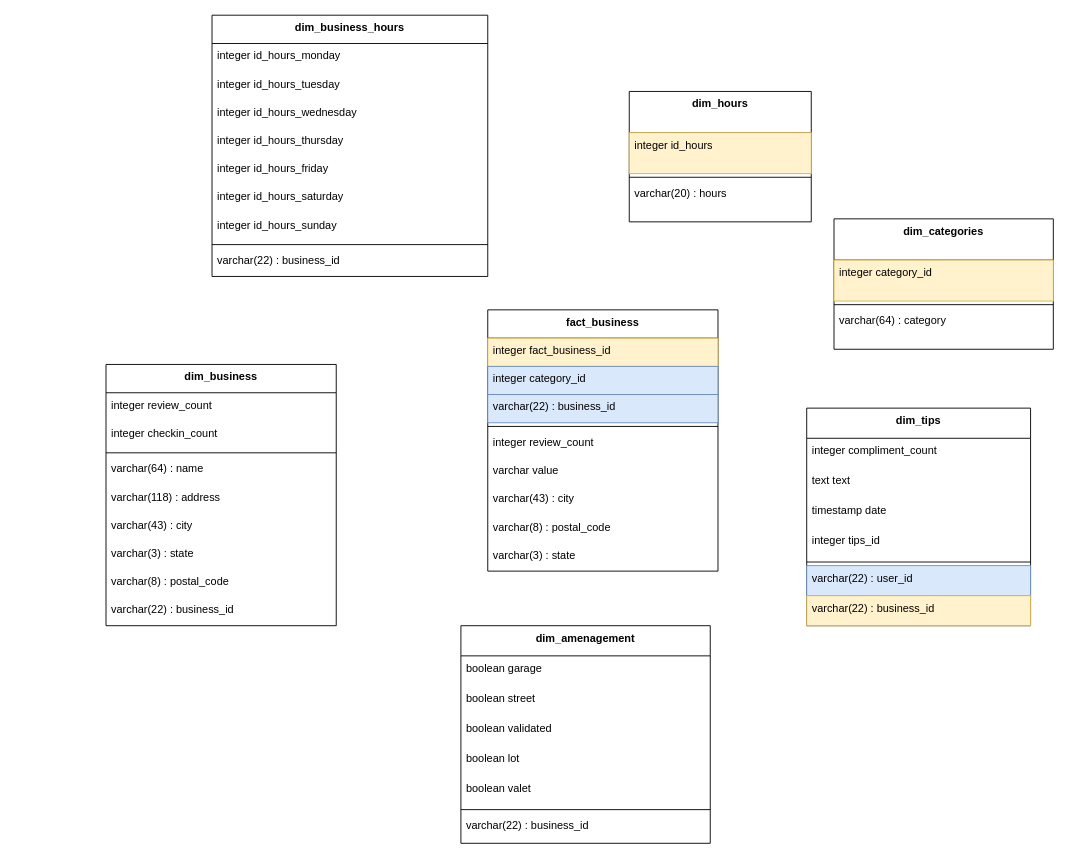
Before: diagramme/Kimball.drawio in Maxime-Cllt/Argon, a draw.io diagram. Source tidied: cells renumbered, new cells numbered last; positions are measured from the earlier drawing's top-left corner, leaving out a move shared by most shapes. Both pictures are drawn from the tidied source at 91%, with x=0, y=0 at pixel (106, 15).
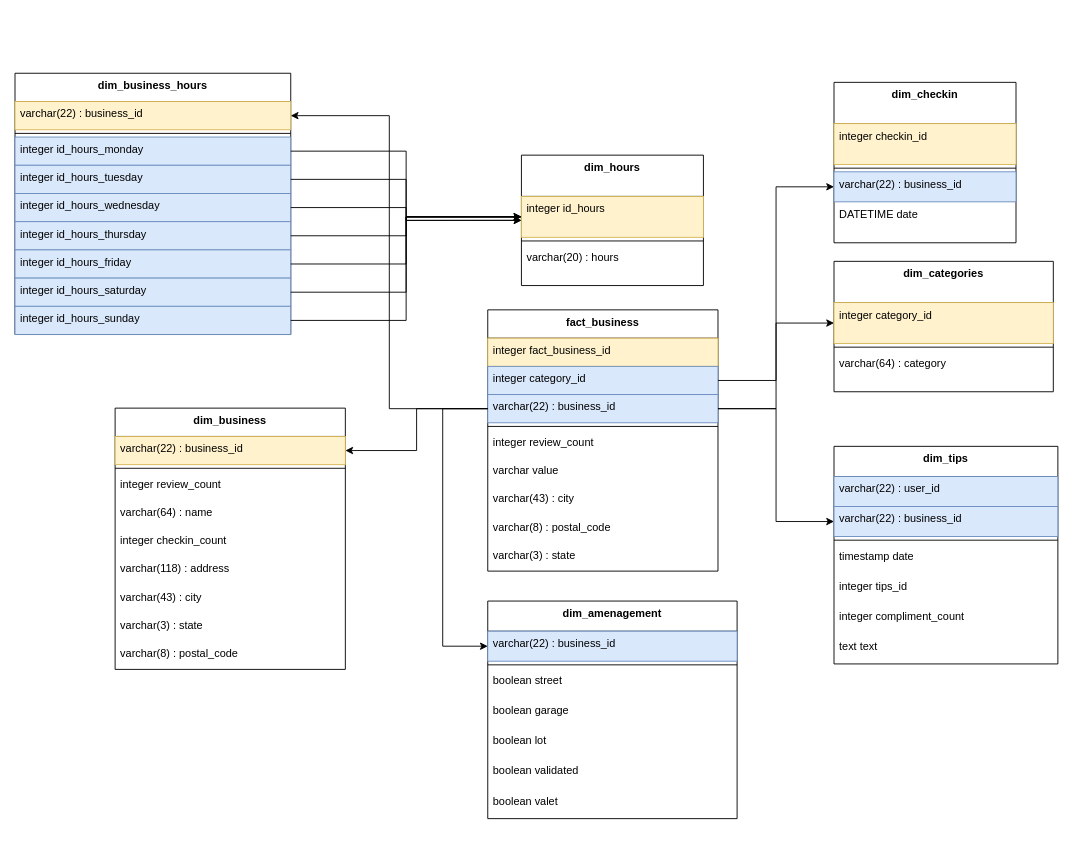
After the change.

Unchanged cells that the change refers to:
```xml
<mxCell id="31" value="integer category_id" style="text;strokeColor=#d6b656;fillColor=#fff2cc;align=left;verticalAlign=top;spacingLeft=4;spacingRight=4;overflow=hidden;points=[[0,0.5],[1,0.5]];portConstraint=eastwest;" parent="30" vertex="1">
  <mxGeometry y="45.3" width="241" height="45" as="geometry" />
</mxCell>
<mxCell id="35" value="integer id_hours" style="text;strokeColor=#d6b656;fillColor=#fff2cc;align=left;verticalAlign=top;spacingLeft=4;spacingRight=4;overflow=hidden;points=[[0,0.5],[1,0.5]];portConstraint=eastwest;" parent="34" vertex="1">
  <mxGeometry y="45.3" width="200" height="45" as="geometry" />
</mxCell>
<mxCell id="48" value="integer category_id" style="text;strokeColor=#6c8ebf;fillColor=#dae8fc;align=left;verticalAlign=top;spacingLeft=4;spacingRight=4;overflow=hidden;points=[[0,0.5],[1,0.5]];portConstraint=eastwest;" parent="46" vertex="1">
  <mxGeometry y="62.1" width="253" height="31" as="geometry" />
</mxCell>
<mxCell id="49" value="varchar(22) : business_id" style="text;strokeColor=#6c8ebf;fillColor=#dae8fc;align=left;verticalAlign=top;spacingLeft=4;spacingRight=4;overflow=hidden;points=[[0,0.5],[1,0.5]];portConstraint=eastwest;" parent="46" vertex="1">
  <mxGeometry y="93.1" width="253" height="31" as="geometry" />
</mxCell>
```

What changed in the source:
```diff
@@
     <mxCell id="2" value="dim_amenagement" style="swimlane;fontStyle=1;align=center;verticalAlign=top;horizontal=1;startSize=33.142857142857146;" parent="1" vertex="1">
-      <mxGeometry x="390" y="671.1" width="274" height="239.1" as="geometry" />
+      <mxGeometry x="419.5" y="644" width="274" height="239.1" as="geometry" />
     </mxCell>
+    <mxCell id="9" value="varchar(22) : business_id" style="text;strokeColor=#6c8ebf;fillColor=#dae8fc;align=left;verticalAlign=top;spacingLeft=4;spacingRight=4;overflow=hidden;points=[[0,0.5],[1,0.5]];portConstraint=eastwest;" parent="2" vertex="1">
+      <mxGeometry y="33.1" width="274" height="33" as="geometry" />
+    </mxCell>
+    <mxCell id="8" style="line;strokeWidth=1;fillColor=none;align=left;verticalAlign=middle;spacingTop=-1;spacingLeft=3;spacingRight=3;labelPosition=right;strokeColor=inherit;" parent="2" vertex="1">
+      <mxGeometry y="66.1" width="274" height="8" as="geometry" />
+    </mxCell>
+    <mxCell id="4" value="boolean street" style="text;strokeColor=none;fillColor=none;align=left;verticalAlign=top;spacingLeft=4;spacingRight=4;overflow=hidden;" parent="2" vertex="1">
+      <mxGeometry y="74.1" width="274" height="33" as="geometry" />
+    </mxCell>
     <mxCell id="3" value="boolean garage" style="text;strokeColor=none;fillColor=none;align=left;verticalAlign=top;spacingLeft=4;spacingRight=4;overflow=hidden;" parent="2" vertex="1">
-      <mxGeometry y="33.1" width="274" height="33" as="geometry" />
+      <mxGeometry y="107.1" width="274" height="33" as="geometry" />
     </mxCell>
-    <mxCell id="4" value="boolean street" style="text;strokeColor=none;fillColor=none;align=left;verticalAlign=top;spacingLeft=4;spacingRight=4;overflow=hidden;" parent="2" vertex="1">
-      <mxGeometry y="66.1" width="274" height="33" as="geometry" />
-    </mxCell>
+    <mxCell id="6" value="boolean lot" style="text;strokeColor=none;fillColor=none;align=left;verticalAlign=top;spacingLeft=4;spacingRight=4;overflow=hidden;" parent="2" vertex="1">
+      <mxGeometry y="140.1" width="274" height="33" as="geometry" />
+    </mxCell>
     <mxCell id="5" value="boolean validated" style="text;strokeColor=none;fillColor=none;align=left;verticalAlign=top;spacingLeft=4;spacingRight=4;overflow=hidden;" parent="2" vertex="1">
-      <mxGeometry y="99.1" width="274" height="33" as="geometry" />
+      <mxGeometry y="173.1" width="274" height="33" as="geometry" />
     </mxCell>
-    <mxCell id="6" value="boolean lot" style="text;strokeColor=none;fillColor=none;align=left;verticalAlign=top;spacingLeft=4;spacingRight=4;overflow=hidden;" parent="2" vertex="1">
-      <mxGeometry y="132.1" width="274" height="33" as="geometry" />
-    </mxCell>
     <mxCell id="7" value="boolean valet" style="text;strokeColor=none;fillColor=none;align=left;verticalAlign=top;spacingLeft=4;spacingRight=4;overflow=hidden;" parent="2" vertex="1">
-      <mxGeometry y="165.1" width="274" height="33" as="geometry" />
+      <mxGeometry y="206.1" width="274" height="33" as="geometry" />
     </mxCell>
-    <mxCell id="8" style="line;strokeWidth=1;fillColor=none;align=left;verticalAlign=middle;spacingTop=-1;spacingLeft=3;spacingRight=3;labelPosition=right;strokeColor=inherit;" parent="2" vertex="1">
-      <mxGeometry y="198.1" width="274" height="8" as="geometry" />
-    </mxCell>
-    <mxCell id="9" value="varchar(22) : business_id" style="text;strokeColor=none;fillColor=none;align=left;verticalAlign=top;spacingLeft=4;spacingRight=4;overflow=hidden;points=[[0,0.5],[1,0.5]];portConstraint=eastwest;" parent="2" vertex="1">
-      <mxGeometry y="206.1" width="274" height="33" as="geometry" />
-    </mxCell>
     <mxCell id="10" value="dim_business" style="swimlane;fontStyle=1;align=center;verticalAlign=top;horizontal=1;startSize=31.11111111111111;" parent="1" vertex="1">
-      <mxGeometry y="384" width="253" height="287.1" as="geometry" />
+      <mxGeometry x="10" y="432" width="253" height="287.1" as="geometry" />
     </mxCell>
+    <mxCell id="19" value="varchar(22) : business_id" style="text;strokeColor=#d6b656;fillColor=#fff2cc;align=left;verticalAlign=top;spacingLeft=4;spacingRight=4;overflow=hidden;points=[[0,0.5],[1,0.5]];portConstraint=eastwest;" parent="10" vertex="1">
+      <mxGeometry y="31.1" width="253" height="31" as="geometry" />
+    </mxCell>
+    <mxCell id="13" style="line;strokeWidth=1;fillColor=none;align=left;verticalAlign=middle;spacingTop=-1;spacingLeft=3;spacingRight=3;labelPosition=right;strokeColor=inherit;" parent="10" vertex="1">
+      <mxGeometry y="62.1" width="253" height="8" as="geometry" />
+    </mxCell>
     <mxCell id="11" value="integer review_count" style="text;strokeColor=none;fillColor=none;align=left;verticalAlign=top;spacingLeft=4;spacingRight=4;overflow=hidden;" parent="10" vertex="1">
-      <mxGeometry y="31.1" width="253" height="31" as="geometry" />
+      <mxGeometry y="70.1" width="253" height="31" as="geometry" />
     </mxCell>
+    <mxCell id="14" value="varchar(64) : name" style="text;strokeColor=none;fillColor=none;align=left;verticalAlign=top;spacingLeft=4;spacingRight=4;overflow=hidden;" parent="10" vertex="1">
+      <mxGeometry y="101.1" width="253" height="31" as="geometry" />
+    </mxCell>
     <mxCell id="12" value="integer checkin_count" style="text;strokeColor=none;fillColor=none;align=left;verticalAlign=top;spacingLeft=4;spacingRight=4;overflow=hidden;" parent="10" vertex="1">
-      <mxGeometry y="62.1" width="253" height="31" as="geometry" />
+      <mxGeometry y="132.1" width="253" height="31" as="geometry" />
     </mxCell>
-    <mxCell id="13" style="line;strokeWidth=1;fillColor=none;align=left;verticalAlign=middle;spacingTop=-1;spacingLeft=3;spacingRight=3;labelPosition=right;strokeColor=inherit;" parent="10" vertex="1">
-      <mxGeometry y="93.1" width="253" height="8" as="geometry" />
-    </mxCell>
-    <mxCell id="14" value="varchar(64) : name" style="text;strokeColor=none;fillColor=none;align=left;verticalAlign=top;spacingLeft=4;spacingRight=4;overflow=hidden;" parent="10" vertex="1">
-      <mxGeometry y="101.1" width="253" height="31" as="geometry" />
-    </mxCell>
     <mxCell id="15" value="varchar(118) : address" style="text;strokeColor=none;fillColor=none;align=left;verticalAlign=top;spacingLeft=4;spacingRight=4;overflow=hidden;" parent="10" vertex="1">
-      <mxGeometry y="132.1" width="253" height="31" as="geometry" />
+      <mxGeometry y="163.1" width="253" height="31" as="geometry" />
     </mxCell>
     <mxCell id="16" value="varchar(43) : city" style="text;strokeColor=none;fillColor=none;align=left;verticalAlign=top;spacingLeft=4;spacingRight=4;overflow=hidden;" parent="10" vertex="1">
-      <mxGeometry y="163.1" width="253" height="31" as="geometry" />
+      <mxGeometry y="194.1" width="253" height="31" as="geometry" />
     </mxCell>
     <mxCell id="17" value="varchar(3) : state" style="text;strokeColor=none;fillColor=none;align=left;verticalAlign=top;spacingLeft=4;spacingRight=4;overflow=hidden;" parent="10" vertex="1">
-      <mxGeometry y="194.1" width="253" height="31" as="geometry" />
+      <mxGeometry y="225.1" width="253" height="31" as="geometry" />
     </mxCell>
     <mxCell id="18" value="varchar(8) : postal_code" style="text;strokeColor=none;fillColor=none;align=left;verticalAlign=top;spacingLeft=4;spacingRight=4;overflow=hidden;" parent="10" vertex="1">
-      <mxGeometry y="225.1" width="253" height="31" as="geometry" />
+      <mxGeometry y="256.1" width="253" height="31" as="geometry" />
     </mxCell>
-    <mxCell id="19" value="varchar(22) : business_id" style="text;strokeColor=none;fillColor=none;align=left;verticalAlign=top;spacingLeft=4;spacingRight=4;overflow=hidden;points=[[0,0.5],[1,0.5]];portConstraint=eastwest;" parent="10" vertex="1">
-      <mxGeometry y="256.1" width="253" height="31" as="geometry" />
-    </mxCell>
     <mxCell id="20" value="dim_business_hours" style="swimlane;fontStyle=1;align=center;verticalAlign=top;horizontal=1;startSize=31.11111111111111;" parent="1" vertex="1">
-      <mxGeometry x="116.5" y="0.2" width="303" height="287.1" as="geometry" />
+      <mxGeometry x="-100" y="64" width="303" height="287.1" as="geometry" />
     </mxCell>
+    <mxCell id="29" value="varchar(22) : business_id" style="text;strokeColor=#d6b656;fillColor=#fff2cc;align=left;verticalAlign=top;spacingLeft=4;spacingRight=4;overflow=hidden;points=[[0,0.5],[1,0.5]];portConstraint=eastwest;" parent="20" vertex="1">
+      <mxGeometry y="31.1" width="303" height="31" as="geometry" />
+    </mxCell>
+    <mxCell id="28" style="line;strokeWidth=1;fillColor=none;align=left;verticalAlign=middle;spacingTop=-1;spacingLeft=3;spacingRight=3;labelPosition=right;strokeColor=inherit;" parent="20" vertex="1">
+      <mxGeometry y="62.1" width="303" height="8" as="geometry" />
+    </mxCell>
-    <mxCell id="21" value="integer id_hours_monday" style="text;strokeColor=none;fillColor=none;align=left;verticalAlign=top;spacingLeft=4;spacingRight=4;overflow=hidden;points=[[0,0.5],[1,0.5]];portConstraint=eastwest;" parent="20" vertex="1">
-      <mxGeometry y="31.1" width="303" height="31" as="geometry" />
+    <mxCell id="21" value="integer id_hours_monday" style="text;strokeColor=#6c8ebf;fillColor=#dae8fc;align=left;verticalAlign=top;spacingLeft=4;spacingRight=4;overflow=hidden;points=[[0,0.5],[1,0.5]];portConstraint=eastwest;" parent="20" vertex="1">
+      <mxGeometry y="70.1" width="303" height="31" as="geometry" />
     </mxCell>
-    <mxCell id="22" value="integer id_hours_tuesday" style="text;strokeColor=none;fillColor=none;align=left;verticalAlign=top;spacingLeft=4;spacingRight=4;overflow=hidden;points=[[0,0.5],[1,0.5]];portConstraint=eastwest;" parent="20" vertex="1">
-      <mxGeometry y="62.1" width="303" height="31" as="geometry" />
+    <mxCell id="22" value="integer id_hours_tuesday" style="text;strokeColor=#6c8ebf;fillColor=#dae8fc;align=left;verticalAlign=top;spacingLeft=4;spacingRight=4;overflow=hidden;points=[[0,0.5],[1,0.5]];portConstraint=eastwest;" parent="20" vertex="1">
+      <mxGeometry y="101.1" width="303" height="31" as="geometry" />
     </mxCell>
-    <mxCell id="23" value="integer id_hours_wednesday" style="text;strokeColor=none;fillColor=none;align=left;verticalAlign=top;spacingLeft=4;spacingRight=4;overflow=hidden;points=[[0,0.5],[1,0.5]];portConstraint=eastwest;" parent="20" vertex="1">
-      <mxGeometry y="93.1" width="303" height="31" as="geometry" />
+    <mxCell id="23" value="integer id_hours_wednesday" style="text;strokeColor=#6c8ebf;fillColor=#dae8fc;align=left;verticalAlign=top;spacingLeft=4;spacingRight=4;overflow=hidden;points=[[0,0.5],[1,0.5]];portConstraint=eastwest;" parent="20" vertex="1">
+      <mxGeometry y="132.1" width="303" height="31" as="geometry" />
     </mxCell>
-    <mxCell id="24" value="integer id_hours_thursday" style="text;strokeColor=none;fillColor=none;align=left;verticalAlign=top;spacingLeft=4;spacingRight=4;overflow=hidden;points=[[0,0.5],[1,0.5]];portConstraint=eastwest;" parent="20" vertex="1">
-      <mxGeometry y="124.1" width="303" height="31" as="geometry" />
+    <mxCell id="24" value="integer id_hours_thursday" style="text;strokeColor=#6c8ebf;fillColor=#dae8fc;align=left;verticalAlign=top;spacingLeft=4;spacingRight=4;overflow=hidden;points=[[0,0.5],[1,0.5]];portConstraint=eastwest;" parent="20" vertex="1">
+      <mxGeometry y="163.1" width="303" height="31" as="geometry" />
     </mxCell>
-    <mxCell id="25" value="integer id_hours_friday" style="text;strokeColor=none;fillColor=none;align=left;verticalAlign=top;spacingLeft=4;spacingRight=4;overflow=hidden;points=[[0,0.5],[1,0.5]];portConstraint=eastwest;" parent="20" vertex="1">
-      <mxGeometry y="155.1" width="303" height="31" as="geometry" />
+    <mxCell id="25" value="integer id_hours_friday" style="text;strokeColor=#6c8ebf;fillColor=#dae8fc;align=left;verticalAlign=top;spacingLeft=4;spacingRight=4;overflow=hidden;points=[[0,0.5],[1,0.5]];portConstraint=eastwest;" parent="20" vertex="1">
+      <mxGeometry y="194.1" width="303" height="31" as="geometry" />
     </mxCell>
-    <mxCell id="26" value="integer id_hours_saturday" style="text;strokeColor=none;fillColor=none;align=left;verticalAlign=top;spacingLeft=4;spacingRight=4;overflow=hidden;points=[[0,0.5],[1,0.5]];portConstraint=eastwest;" parent="20" vertex="1">
-      <mxGeometry y="186.1" width="303" height="31" as="geometry" />
+    <mxCell id="26" value="integer id_hours_saturday" style="text;strokeColor=#6c8ebf;fillColor=#dae8fc;align=left;verticalAlign=top;spacingLeft=4;spacingRight=4;overflow=hidden;points=[[0,0.5],[1,0.5]];portConstraint=eastwest;" parent="20" vertex="1">
+      <mxGeometry y="225.1" width="303" height="31" as="geometry" />
     </mxCell>
-    <mxCell id="27" value="integer id_hours_sunday" style="text;strokeColor=none;fillColor=none;align=left;verticalAlign=top;spacingLeft=4;spacingRight=4;overflow=hidden;points=[[0,0.5],[1,0.5]];portConstraint=eastwest;" parent="20" vertex="1">
-      <mxGeometry y="217.1" width="303" height="31" as="geometry" />
+    <mxCell id="27" value="integer id_hours_sunday" style="text;strokeColor=#6c8ebf;fillColor=#dae8fc;align=left;verticalAlign=top;spacingLeft=4;spacingRight=4;overflow=hidden;points=[[0,0.5],[1,0.5]];portConstraint=eastwest;" parent="20" vertex="1">
+      <mxGeometry y="256.1" width="303" height="31" as="geometry" />
     </mxCell>
-    <mxCell id="28" style="line;strokeWidth=1;fillColor=none;align=left;verticalAlign=middle;spacingTop=-1;spacingLeft=3;spacingRight=3;labelPosition=right;strokeColor=inherit;" parent="20" vertex="1">
-      <mxGeometry y="248.1" width="303" height="8" as="geometry" />
-    </mxCell>
-    <mxCell id="29" value="varchar(22) : business_id" style="text;strokeColor=none;fillColor=none;align=left;verticalAlign=top;spacingLeft=4;spacingRight=4;overflow=hidden;points=[[0,0.5],[1,0.5]];portConstraint=eastwest;" parent="20" vertex="1">
-      <mxGeometry y="256.1" width="303" height="31" as="geometry" />
-    </mxCell>
     <mxCell id="30" value="dim_categories" style="swimlane;fontStyle=1;align=center;verticalAlign=top;horizontal=1;startSize=45.333333333333336;" parent="1" vertex="1">
-      <mxGeometry x="800" y="224" width="241" height="143.3" as="geometry" />
+      <mxGeometry x="800" y="270.7" width="241" height="143.3" as="geometry" />
     </mxCell>
@@
     <mxCell id="34" value="dim_hours" style="swimlane;fontStyle=1;align=center;verticalAlign=top;horizontal=1;startSize=45.333333333333336;" parent="1" vertex="1">
-      <mxGeometry x="575" y="84" width="200" height="143.3" as="geometry" />
+      <mxGeometry x="456.5" y="154" width="200" height="143.3" as="geometry" />
     </mxCell>
@@
     <mxCell id="38" value="dim_tips" style="swimlane;fontStyle=1;align=center;verticalAlign=top;horizontal=1;startSize=33.142857142857146;" parent="1" vertex="1">
-      <mxGeometry x="770" y="432" width="246" height="239.1" as="geometry" />
+      <mxGeometry x="800" y="474" width="246" height="239.1" as="geometry" />
     </mxCell>
+    <mxCell id="44" value="varchar(22) : user_id" style="text;strokeColor=#6c8ebf;fillColor=#dae8fc;align=left;verticalAlign=top;spacingLeft=4;spacingRight=4;overflow=hidden;" parent="38" vertex="1">
+      <mxGeometry y="33.1" width="246" height="33" as="geometry" />
+    </mxCell>
+    <mxCell id="45" value="varchar(22) : business_id" style="text;strokeColor=#6c8ebf;fillColor=#dae8fc;align=left;verticalAlign=top;spacingLeft=4;spacingRight=4;overflow=hidden;points=[[0,0.5],[1,0.5]];portConstraint=eastwest;" parent="38" vertex="1">
+      <mxGeometry y="66.1" width="246" height="33" as="geometry" />
+    </mxCell>
+    <mxCell id="43" style="line;strokeWidth=1;fillColor=none;align=left;verticalAlign=middle;spacingTop=-1;spacingLeft=3;spacingRight=3;labelPosition=right;strokeColor=inherit;" parent="38" vertex="1">
+      <mxGeometry y="99.1" width="246" height="8" as="geometry" />
+    </mxCell>
+    <mxCell id="41" value="timestamp date" style="text;strokeColor=none;fillColor=none;align=left;verticalAlign=top;spacingLeft=4;spacingRight=4;overflow=hidden;" parent="38" vertex="1">
+      <mxGeometry y="107.1" width="246" height="33" as="geometry" />
+    </mxCell>
+    <mxCell id="42" value="integer tips_id" style="text;strokeColor=none;fillColor=none;align=left;verticalAlign=top;spacingLeft=4;spacingRight=4;overflow=hidden;" parent="38" vertex="1">
+      <mxGeometry y="140.1" width="246" height="33" as="geometry" />
+    </mxCell>
     <mxCell id="39" value="integer compliment_count" style="text;strokeColor=none;fillColor=none;align=left;verticalAlign=top;spacingLeft=4;spacingRight=4;overflow=hidden;" parent="38" vertex="1">
-      <mxGeometry y="33.1" width="246" height="33" as="geometry" />
+      <mxGeometry y="173.1" width="246" height="33" as="geometry" />
     </mxCell>
     <mxCell id="40" value="text text" style="text;strokeColor=none;fillColor=none;align=left;verticalAlign=top;spacingLeft=4;spacingRight=4;overflow=hidden;" parent="38" vertex="1">
-      <mxGeometry y="66.1" width="246" height="33" as="geometry" />
+      <mxGeometry y="206.1" width="246" height="33" as="geometry" />
     </mxCell>
-    <mxCell id="41" value="timestamp date" style="text;strokeColor=none;fillColor=none;align=left;verticalAlign=top;spacingLeft=4;spacingRight=4;overflow=hidden;" parent="38" vertex="1">
-      <mxGeometry y="99.1" width="246" height="33" as="geometry" />
-    </mxCell>
-    <mxCell id="42" value="integer tips_id" style="text;strokeColor=none;fillColor=none;align=left;verticalAlign=top;spacingLeft=4;spacingRight=4;overflow=hidden;" parent="38" vertex="1">
-      <mxGeometry y="132.1" width="246" height="33" as="geometry" />
-    </mxCell>
-    <mxCell id="43" style="line;strokeWidth=1;fillColor=none;align=left;verticalAlign=middle;spacingTop=-1;spacingLeft=3;spacingRight=3;labelPosition=right;strokeColor=inherit;" parent="38" vertex="1">
-      <mxGeometry y="165.1" width="246" height="8" as="geometry" />
-    </mxCell>
-    <mxCell id="44" value="varchar(22) : user_id" style="text;strokeColor=#6c8ebf;fillColor=#dae8fc;align=left;verticalAlign=top;spacingLeft=4;spacingRight=4;overflow=hidden;" parent="38" vertex="1">
-      <mxGeometry y="173.1" width="246" height="33" as="geometry" />
-    </mxCell>
-    <mxCell id="45" value="varchar(22) : business_id" style="text;strokeColor=#d6b656;fillColor=#fff2cc;align=left;verticalAlign=top;spacingLeft=4;spacingRight=4;overflow=hidden;points=[[0,0.5],[1,0.5]];portConstraint=eastwest;" parent="38" vertex="1">
-      <mxGeometry y="206.1" width="246" height="33" as="geometry" />
-    </mxCell>
@@
+    <mxCell id="56" style="edgeStyle=orthogonalEdgeStyle;rounded=0;jettySize=auto;html=1;entryX=0;entryY=0.5;entryDx=0;entryDy=0;" parent="1" edge="1" source="48" target="31">
+      <mxGeometry relative="1" as="geometry" />
+    </mxCell>
+    <mxCell id="57" style="edgeStyle=orthogonalEdgeStyle;rounded=0;jettySize=auto;html=1;entryX=1;entryY=0.5;entryDx=0;entryDy=0;" parent="1" edge="1" source="49" target="19">
+      <mxGeometry relative="1" as="geometry" />
+    </mxCell>
+    <mxCell id="58" style="edgeStyle=orthogonalEdgeStyle;rounded=0;jettySize=auto;html=1;entryX=1;entryY=0.5;entryDx=0;entryDy=0;" parent="1" edge="1" source="49" target="29">
+      <mxGeometry relative="1" as="geometry" />
+    </mxCell>
+    <mxCell id="59" style="edgeStyle=orthogonalEdgeStyle;rounded=0;jettySize=auto;html=1;entryX=0;entryY=0.5;entryDx=0;entryDy=0;" parent="1" edge="1" source="49" target="45">
+      <mxGeometry relative="1" as="geometry" />
+    </mxCell>
+    <mxCell id="60" style="edgeStyle=orthogonalEdgeStyle;rounded=0;jettySize=auto;html=1;entryX=0;entryY=0.5;entryDx=0;entryDy=0;" parent="1" edge="1" source="49" target="9">
+      <mxGeometry relative="1" as="geometry">
+        <Array as="points">
+          <mxPoint x="370" y="433" />
+          <mxPoint x="370" y="694" />
+        </Array>
+      </mxGeometry>
+    </mxCell>
+    <mxCell id="61" style="edgeStyle=orthogonalEdgeStyle;rounded=0;jettySize=auto;html=1;entryX=0;entryY=0.5;entryDx=0;entryDy=0;" parent="1" edge="1" source="21" target="34">
+      <mxGeometry relative="1" as="geometry" />
+    </mxCell>
+    <mxCell id="62" style="edgeStyle=orthogonalEdgeStyle;rounded=0;jettySize=auto;html=1;entryX=0;entryY=0.5;entryDx=0;entryDy=0;" parent="1" edge="1" source="22" target="34">
+      <mxGeometry relative="1" as="geometry" />
+    </mxCell>
+    <mxCell id="63" style="edgeStyle=orthogonalEdgeStyle;rounded=0;jettySize=auto;html=1;entryX=0;entryY=0.5;entryDx=0;entryDy=0;" parent="1" edge="1" source="23" target="35">
+      <mxGeometry relative="1" as="geometry" />
+    </mxCell>
+    <mxCell id="64" style="edgeStyle=orthogonalEdgeStyle;rounded=0;jettySize=auto;html=1;entryX=0;entryY=0.5;entryDx=0;entryDy=0;" parent="1" edge="1" source="24" target="35">
+      <mxGeometry relative="1" as="geometry" />
+    </mxCell>
+    <mxCell id="65" style="edgeStyle=orthogonalEdgeStyle;rounded=0;jettySize=auto;html=1;entryX=0;entryY=0.5;entryDx=0;entryDy=0;" parent="1" edge="1" source="27" target="35">
+      <mxGeometry relative="1" as="geometry" />
+    </mxCell>
+    <mxCell id="66" style="edgeStyle=orthogonalEdgeStyle;rounded=0;jettySize=auto;html=1;entryX=0;entryY=0.5;entryDx=0;entryDy=0;" parent="1" edge="1" source="26" target="35">
+      <mxGeometry relative="1" as="geometry" />
+    </mxCell>
+    <mxCell id="67" style="edgeStyle=orthogonalEdgeStyle;rounded=0;jettySize=auto;html=1;entryX=0;entryY=0.5;entryDx=0;entryDy=0;" parent="1" edge="1" source="25" target="35">
+      <mxGeometry relative="1" as="geometry" />
+    </mxCell>
+    <mxCell id="68" value="dim_checkin" style="swimlane;fontStyle=1;align=center;verticalAlign=top;horizontal=1;startSize=45.333333333333336;" parent="1" vertex="1">
+      <mxGeometry x="800" y="74" width="200" height="176.3" as="geometry" />
+    </mxCell>
+    <mxCell id="69" value="integer checkin_id" style="text;strokeColor=#d6b656;fillColor=#fff2cc;align=left;verticalAlign=top;spacingLeft=4;spacingRight=4;overflow=hidden;" parent="68" vertex="1">
+      <mxGeometry y="45.3" width="200" height="45" as="geometry" />
+    </mxCell>
+    <mxCell id="70" style="line;strokeWidth=1;fillColor=none;align=left;verticalAlign=middle;spacingTop=-1;spacingLeft=3;spacingRight=3;labelPosition=right;strokeColor=inherit;" parent="68" vertex="1">
+      <mxGeometry y="90.3" width="200" height="8" as="geometry" />
+    </mxCell>
+    <mxCell id="71" value="varchar(22) : business_id" style="text;strokeColor=#6c8ebf;fillColor=#dae8fc;align=left;verticalAlign=top;spacingLeft=4;spacingRight=4;overflow=hidden;points=[[0,0.5],[1,0.5]];portConstraint=eastwest;" parent="68" vertex="1">
+      <mxGeometry y="98.3" width="200" height="33" as="geometry" />
+    </mxCell>
+    <mxCell id="72" value="DATETIME date" style="text;align=left;verticalAlign=top;spacingLeft=4;spacingRight=4;overflow=hidden;" parent="68" vertex="1">
+      <mxGeometry y="131.3" width="200" height="45" as="geometry" />
+    </mxCell>
+    <mxCell id="73" style="edgeStyle=orthogonalEdgeStyle;rounded=0;jettySize=auto;html=1;entryX=0;entryY=0.5;entryDx=0;entryDy=0;" parent="1" edge="1" source="49" target="71">
+      <mxGeometry relative="1" as="geometry" />
+    </mxCell>
```
